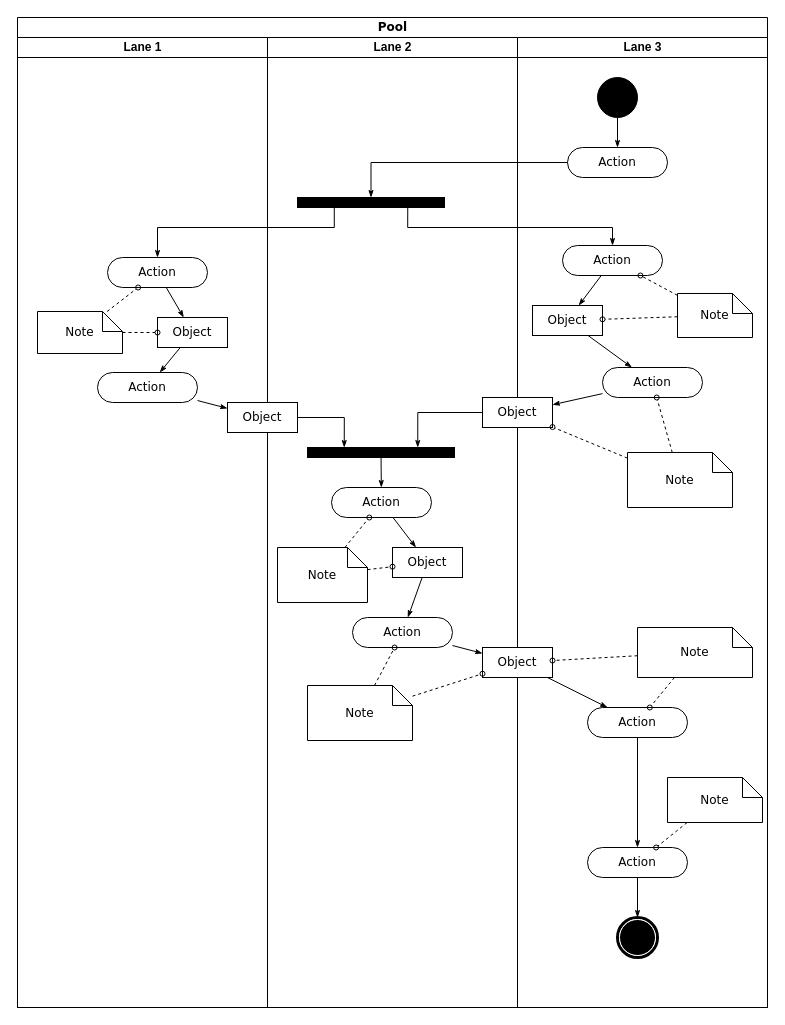
Above: figures/方案流程图.drawio in mokatto/drawio (draw.io), before the change. Source tidied: cells renumbered, new cells numbered last; positions are measured from the earlier drawing's top-left corner, leaving out a move shared by most shapes. Both pictures are drawn from the tidied source at 100%, with x=0, y=0 at pixel (17, 17).
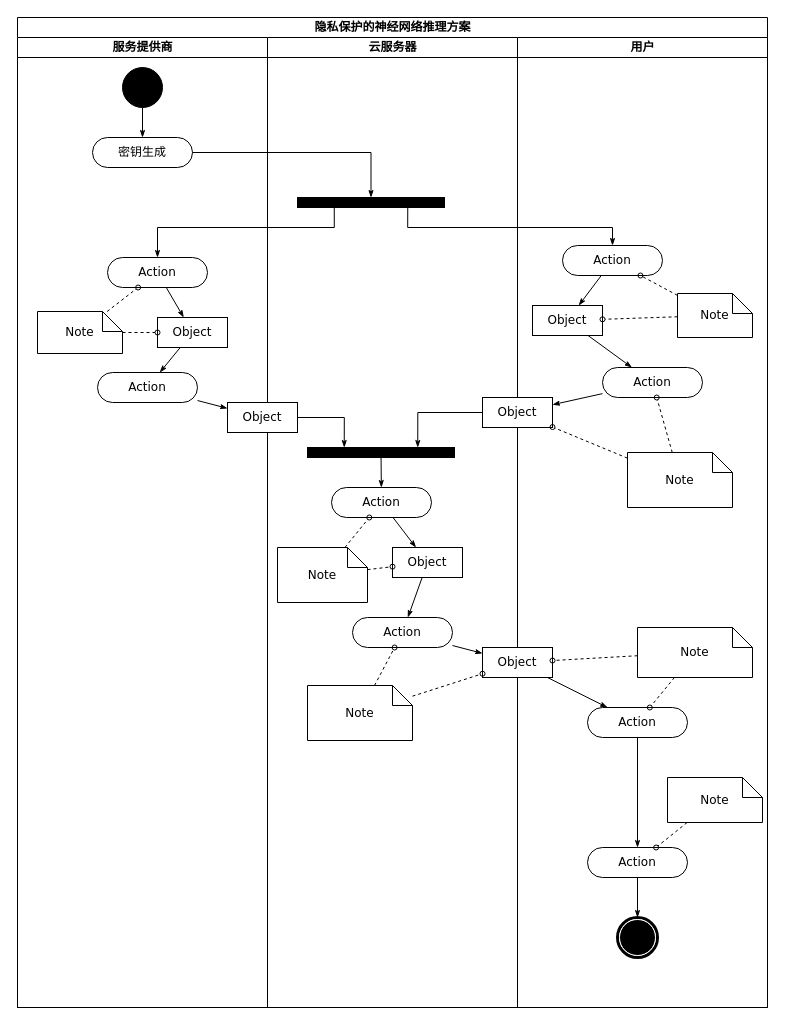
The same page after the edit.

Commit message:
更新方案流程图.drawio

Unchanged cells that the change refers to:
```xml
<mxCell id="13" style="whiteSpace=wrap;html=1;rounded=0;shadow=0;comic=0;labelBackgroundColor=none;strokeWidth=1;fillColor=#000000;fontFamily=Verdana;fontSize=12;align=center;rotation=0;" parent="12" vertex="1">
  <mxGeometry x="30" y="160" width="147" height="10" as="geometry" />
</mxCell>
```

What changed in the source:
```diff
@@
-    <mxCell id="2" value="Pool" style="swimlane;html=1;startSize=20;rounded=0;shadow=0;comic=0;labelBackgroundColor=none;strokeWidth=1;fontFamily=Verdana;fontSize=12;align=center;" parent="1" vertex="1">
+    <mxCell id="2" value="隐私保护的神经网络推理方案" style="swimlane;html=1;startSize=20;rounded=0;shadow=0;comic=0;labelBackgroundColor=none;strokeWidth=1;fontFamily=Verdana;fontSize=12;align=center;" parent="1" vertex="1">
       <mxGeometry width="750" height="990" as="geometry" />
     </mxCell>
-    <mxCell id="3" value="Lane 1" style="swimlane;html=1;startSize=20;" parent="2" vertex="1">
+    <mxCell id="3" value="服务提供商" style="swimlane;html=1;startSize=20;" parent="2" vertex="1">
       <mxGeometry y="20" width="250" height="970" as="geometry" />
     </mxCell>
@@
+    <mxCell id="30" style="ellipse;whiteSpace=wrap;html=1;rounded=0;shadow=0;comic=0;labelBackgroundColor=none;strokeWidth=1;fillColor=#000000;fontFamily=Verdana;fontSize=12;align=center;" parent="3" vertex="1">
+      <mxGeometry x="105" y="30" width="40" height="40" as="geometry" />
+    </mxCell>
+    <mxCell id="31" value="密钥生成" style="rounded=1;whiteSpace=wrap;html=1;shadow=0;comic=0;labelBackgroundColor=none;strokeWidth=1;fontFamily=Verdana;fontSize=12;align=center;arcSize=50;" parent="3" vertex="1">
+      <mxGeometry x="75" y="100" width="100" height="30" as="geometry" />
+    </mxCell>
+    <mxCell id="29" style="edgeStyle=orthogonalEdgeStyle;rounded=0;html=1;labelBackgroundColor=none;startArrow=none;startFill=0;startSize=5;endArrow=classicThin;endFill=1;endSize=5;jettySize=auto;strokeWidth=1;fontFamily=Verdana;fontSize=12;" parent="3" edge="1" source="30" target="31">
+      <mxGeometry relative="1" as="geometry" />
+    </mxCell>
-    <mxCell id="12" value="Lane 2" style="swimlane;html=1;startSize=20;" parent="2" vertex="1">
+    <mxCell id="12" value="云服务器" style="swimlane;html=1;startSize=20;" parent="2" vertex="1">
       <mxGeometry x="250" y="20" width="250" height="970" as="geometry" />
     </mxCell>
@@
-    <mxCell id="28" value="Lane 3" style="swimlane;html=1;startSize=20;" parent="2" vertex="1">
+    <mxCell id="28" value="用户" style="swimlane;html=1;startSize=20;" parent="2" vertex="1">
       <mxGeometry x="500" y="20" width="250" height="970" as="geometry" />
     </mxCell>
-    <mxCell id="29" style="edgeStyle=orthogonalEdgeStyle;rounded=0;html=1;labelBackgroundColor=none;startArrow=none;startFill=0;startSize=5;endArrow=classicThin;endFill=1;endSize=5;jettySize=auto;strokeWidth=1;fontFamily=Verdana;fontSize=12;" parent="28" edge="1" source="30" target="31">
-      <mxGeometry relative="1" as="geometry" />
-    </mxCell>
-    <mxCell id="30" style="ellipse;whiteSpace=wrap;html=1;rounded=0;shadow=0;comic=0;labelBackgroundColor=none;strokeWidth=1;fillColor=#000000;fontFamily=Verdana;fontSize=12;align=center;" parent="28" vertex="1">
-      <mxGeometry x="80" y="40" width="40" height="40" as="geometry" />
-    </mxCell>
-    <mxCell id="31" value="Action" style="rounded=1;whiteSpace=wrap;html=1;shadow=0;comic=0;labelBackgroundColor=none;strokeWidth=1;fontFamily=Verdana;fontSize=12;align=center;arcSize=50;" parent="28" vertex="1">
-      <mxGeometry x="50" y="110" width="100" height="30" as="geometry" />
-    </mxCell>
@@
     <mxCell id="57" style="edgeStyle=orthogonalEdgeStyle;rounded=0;html=1;entryX=0.5;entryY=0;labelBackgroundColor=none;startArrow=none;startFill=0;startSize=5;endArrow=classicThin;endFill=1;endSize=5;jettySize=auto;strokeWidth=1;fontFamily=Verdana;fontSize=12;" parent="2" edge="1" source="31" target="13">
       <mxGeometry relative="1" as="geometry">
         <Array as="points">
-          <mxPoint x="354" y="145" />
+          <mxPoint x="354" y="135" />
         </Array>
       </mxGeometry>
     </mxCell>
```
